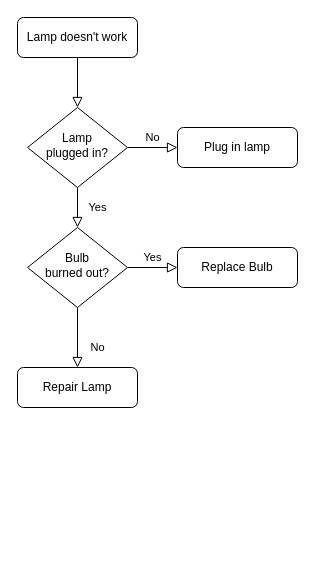
Earlier version of the draw.io diagram 숫자야구.drawio (gyuwhi-park/Q). Source tidied: cells renumbered, new cells numbered last; positions are measured from the earlier drawing's top-left corner, leaving out a move shared by most shapes. Both pictures are drawn from the tidied source at 100%, with x=0, y=0 at pixel (17, 17).
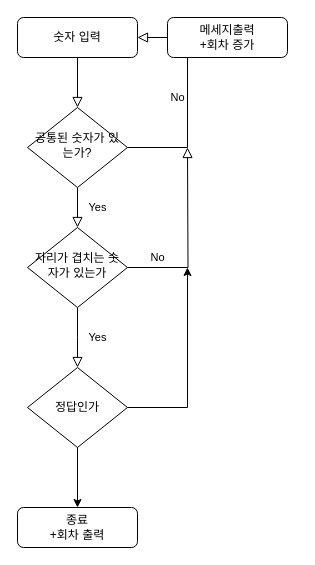
After the change.

Diff of the diagram source:
```diff
@@
-    <mxCell id="3" value="Lamp doesn't work" style="rounded=1;whiteSpace=wrap;html=1;fontSize=12;glass=0;strokeWidth=1;shadow=0;" parent="1" vertex="1">
+    <mxCell id="3" value="숫자 입력" style="rounded=1;whiteSpace=wrap;html=1;fontSize=12;glass=0;strokeWidth=1;shadow=0;" parent="1" vertex="1">
       <mxGeometry width="120" height="40" as="geometry" />
     </mxCell>
@@
-    <mxCell id="5" value="No" style="edgeStyle=orthogonalEdgeStyle;rounded=0;html=1;jettySize=auto;fontSize=11;endArrow=block;endFill=0;endSize=8;strokeWidth=1;shadow=0;labelBackgroundColor=none;" parent="1" edge="1" source="6" target="7">
-      <mxGeometry y="10" relative="1" as="geometry" />
+    <mxCell id="5" value="No" style="edgeStyle=orthogonalEdgeStyle;rounded=0;html=1;jettySize=auto;fontSize=11;endArrow=block;endFill=0;endSize=8;strokeWidth=1;shadow=0;labelBackgroundColor=none;entryX=1;entryY=0.5;entryDx=0;entryDy=0;" parent="1" edge="1" source="6" target="3">
+      <mxGeometry y="10" relative="1" as="geometry">
+        <Array as="points">
+          <mxPoint x="170" y="130" />
+          <mxPoint x="170" y="20" />
+        </Array>
+      </mxGeometry>
     </mxCell>
-    <mxCell id="6" value="Lamp&lt;br&gt;plugged in?" style="rhombus;whiteSpace=wrap;html=1;shadow=0;fontFamily=Helvetica;fontSize=12;align=center;strokeWidth=1;spacing=6;spacingTop=-4;" parent="1" vertex="1">
+    <mxCell id="6" value="공통된 숫자가 있는가?" style="rhombus;whiteSpace=wrap;html=1;shadow=0;fontFamily=Helvetica;fontSize=12;align=center;strokeWidth=1;spacing=6;spacingTop=-4;" parent="1" vertex="1">
       <mxGeometry x="10" y="90" width="100" height="80" as="geometry" />
     </mxCell>
-    <mxCell id="7" value="Plug in lamp" style="rounded=1;whiteSpace=wrap;html=1;fontSize=12;glass=0;strokeWidth=1;shadow=0;" parent="1" vertex="1">
-      <mxGeometry x="160" y="110" width="120" height="40" as="geometry" />
+    <mxCell id="7" value="메세지출력&lt;br&gt;+회차 증가" style="rounded=1;whiteSpace=wrap;html=1;fontSize=12;glass=0;strokeWidth=1;shadow=0;" parent="1" vertex="1">
+      <mxGeometry x="150" width="120" height="40" as="geometry" />
     </mxCell>
-    <mxCell id="8" value="No" style="rounded=0;html=1;jettySize=auto;fontSize=11;endArrow=block;endFill=0;endSize=8;strokeWidth=1;shadow=0;labelBackgroundColor=none;edgeStyle=orthogonalEdgeStyle;" parent="1" edge="1" source="10" target="11">
-      <mxGeometry x="0.33" y="20" relative="1" as="geometry" />
+    <mxCell id="8" value="No" style="rounded=0;html=1;jettySize=auto;fontSize=11;endArrow=block;endFill=0;endSize=8;strokeWidth=1;shadow=0;labelBackgroundColor=none;edgeStyle=orthogonalEdgeStyle;" parent="1" edge="1" source="10">
+      <mxGeometry x="-1" y="94" relative="1" as="geometry">
+        <mxPoint x="60" y="350" as="targetPoint" />
+        <mxPoint x="-14" y="-50" as="offset" />
+      </mxGeometry>
     </mxCell>
-    <mxCell id="9" value="Yes" style="edgeStyle=orthogonalEdgeStyle;rounded=0;html=1;jettySize=auto;fontSize=11;endArrow=block;endFill=0;endSize=8;strokeWidth=1;shadow=0;labelBackgroundColor=none;" parent="1" edge="1" source="10" target="12">
-      <mxGeometry y="10" relative="1" as="geometry" />
+    <mxCell id="9" value="Yes" style="edgeStyle=orthogonalEdgeStyle;rounded=0;html=1;jettySize=auto;fontSize=11;endArrow=block;endFill=0;endSize=8;strokeWidth=1;shadow=0;labelBackgroundColor=none;" parent="1" edge="1" source="10">
+      <mxGeometry x="-1" y="-76" relative="1" as="geometry">
+        <mxPoint x="170" y="130" as="targetPoint" />
+        <mxPoint x="-30" y="-6" as="offset" />
+      </mxGeometry>
     </mxCell>
-    <mxCell id="10" value="Bulb&lt;br&gt;burned out?" style="rhombus;whiteSpace=wrap;html=1;shadow=0;fontFamily=Helvetica;fontSize=12;align=center;strokeWidth=1;spacing=6;spacingTop=-4;" parent="1" vertex="1">
+    <mxCell id="10" value="자리가 겹치는 숫자가 있는가" style="rhombus;whiteSpace=wrap;html=1;shadow=0;fontFamily=Helvetica;fontSize=12;align=center;strokeWidth=1;spacing=6;spacingTop=-4;" parent="1" vertex="1">
       <mxGeometry x="10" y="210" width="100" height="80" as="geometry" />
     </mxCell>
-    <mxCell id="11" value="Repair Lamp" style="rounded=1;whiteSpace=wrap;html=1;fontSize=12;glass=0;strokeWidth=1;shadow=0;" parent="1" vertex="1">
-      <mxGeometry y="350" width="120" height="40" as="geometry" />
-    </mxCell>
-    <mxCell id="12" value="Replace Bulb" style="rounded=1;whiteSpace=wrap;html=1;fontSize=12;glass=0;strokeWidth=1;shadow=0;" parent="1" vertex="1">
-      <mxGeometry x="160" y="230" width="120" height="40" as="geometry" />
-    </mxCell>
+    <mxCell id="13" value="정답인가" style="rhombus;whiteSpace=wrap;html=1;" parent="1" vertex="1">
+      <mxGeometry x="10" y="350" width="100" height="80" as="geometry" />
+    </mxCell>
+    <mxCell id="14" style="endArrow=classic;html=1;rounded=0;" parent="1" edge="1">
+      <mxGeometry relative="1" as="geometry">
+        <mxPoint x="60" y="430" as="sourcePoint" />
+        <mxPoint x="60" y="490" as="targetPoint" />
+      </mxGeometry>
+    </mxCell>
+    <mxCell id="15" value="종료&lt;br&gt;+회차 출력" style="rounded=1;whiteSpace=wrap;html=1;fontSize=12;glass=0;strokeWidth=1;shadow=0;" parent="1" vertex="1">
+      <mxGeometry y="490" width="120" height="40" as="geometry" />
+    </mxCell>
+    <mxCell id="16" style="endArrow=classic;html=1;rounded=0;" parent="1" edge="1">
+      <mxGeometry relative="1" as="geometry">
+        <mxPoint x="110" y="390" as="sourcePoint" />
+        <mxPoint x="170" y="250" as="targetPoint" />
+        <Array as="points">
+          <mxPoint x="170" y="390" />
+        </Array>
+      </mxGeometry>
+    </mxCell>
```
